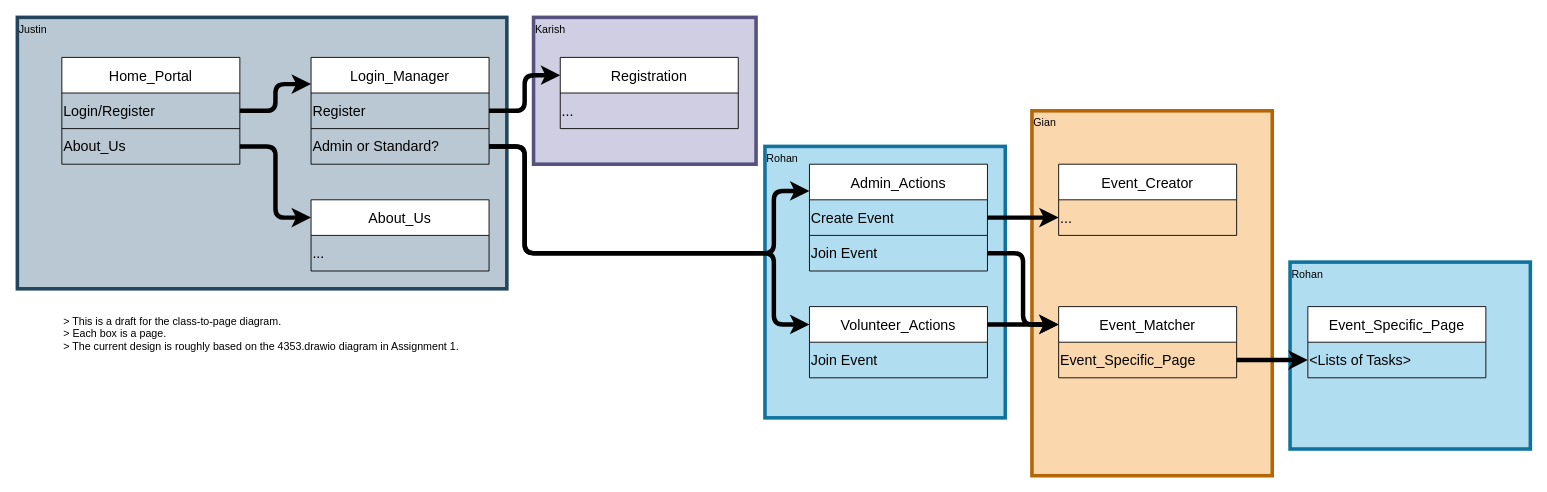
Earlier version of the draw.io diagram Assignment2_Frontend/ClassToPage.drawio (Imanoodle13/COSC4353-Assignments). Source tidied: cells renumbered, new cells numbered last; positions are measured from the earlier drawing's top-left corner, leaving out a move shared by most shapes. Both pictures are drawn from the tidied source at 89%, with x=0, y=0 at pixel (17, 17).
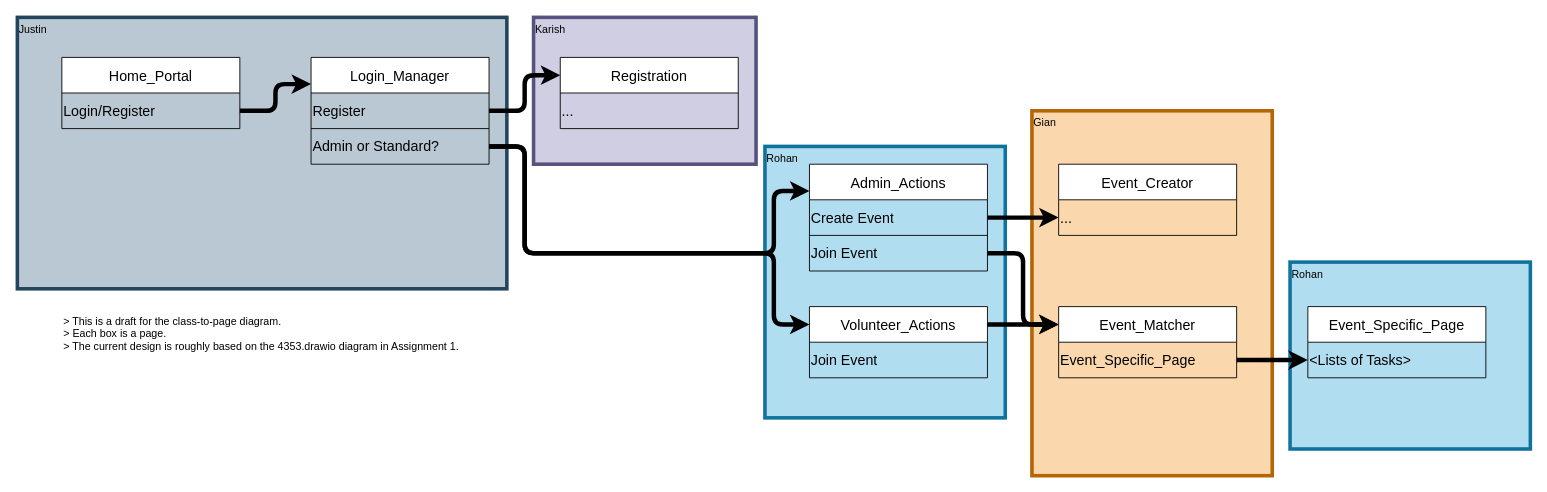
The same page after the edit.

Commit message (it also covers changes not shown here):
Update class diagram, page title, and add backend assessment

> Refined the class-to-page diagram by removing the About Us page and related elements. Updated the HTML page title in eventTasks.html for clarity.
> Added a new assessment.md file with backend and frontend code samples for Assignment 3.

Change to the diagram source:
```diff
@@
     <mxCell id="37" value="Home_Portal" style="shape=table;startSize=40;childLayout=tableLayout;strokeColor=default;fontSize=16;swimlaneFillColor=light-dark(transparent,#555555);" parent="2" vertex="1">
-      <mxGeometry x="50" y="45" width="200" height="120" as="geometry" />
+      <mxGeometry x="50" y="45" width="200" height="80" as="geometry" />
     </mxCell>
@@
-    <mxCell id="40" style="shape=tableRow;horizontal=0;startSize=0;swimlaneHead=0;swimlaneBody=0;strokeColor=inherit;top=0;left=0;bottom=0;right=0;fillColor=none;points=[[0,0.5],[1,0.5]];portConstraint=eastwest;fontSize=16;align=left;" parent="37" vertex="1">
-      <mxGeometry y="80" width="200" height="40" as="geometry" />
-    </mxCell>
-    <mxCell id="41" value="About_Us" style="shape=partialRectangle;html=1;whiteSpace=wrap;strokeColor=inherit;overflow=hidden;fillColor=none;top=0;left=0;bottom=0;right=0;fontSize=16;align=left;" parent="40" vertex="1">
-      <mxGeometry width="200" height="40" as="geometry" />
-    </mxCell>
@@
-    <mxCell id="43" value="About_Us" style="shape=table;startSize=40;childLayout=tableLayout;strokeColor=default;fontSize=16;swimlaneFillColor=light-dark(transparent,#555555);" parent="2" vertex="1">
-      <mxGeometry x="330" y="205" width="200" height="80" as="geometry" />
-    </mxCell>
-    <mxCell id="44" style="shape=tableRow;horizontal=0;startSize=0;swimlaneHead=0;swimlaneBody=0;strokeColor=inherit;top=0;left=0;bottom=0;right=0;fillColor=none;fontSize=16;align=left;" parent="43" vertex="1">
-      <mxGeometry y="40" width="200" height="40" as="geometry" />
-    </mxCell>
-    <mxCell id="45" value="..." style="shape=partialRectangle;html=1;whiteSpace=wrap;strokeColor=inherit;overflow=hidden;fillColor=none;top=0;left=0;bottom=0;right=0;fontSize=16;align=left;" parent="44" vertex="1">
-      <mxGeometry width="200" height="40" as="geometry" />
-    </mxCell>
@@
-    <mxCell id="50" style="edgeStyle=orthogonalEdgeStyle;html=1;exitX=1;exitY=0.5;exitDx=0;exitDy=0;strokeColor=light-dark(#000000,#000000);strokeWidth=5;entryX=0;entryY=0.25;entryDx=0;entryDy=0;" parent="2" edge="1" source="40" target="43">
-      <mxGeometry relative="1" as="geometry" />
-    </mxCell>
```
